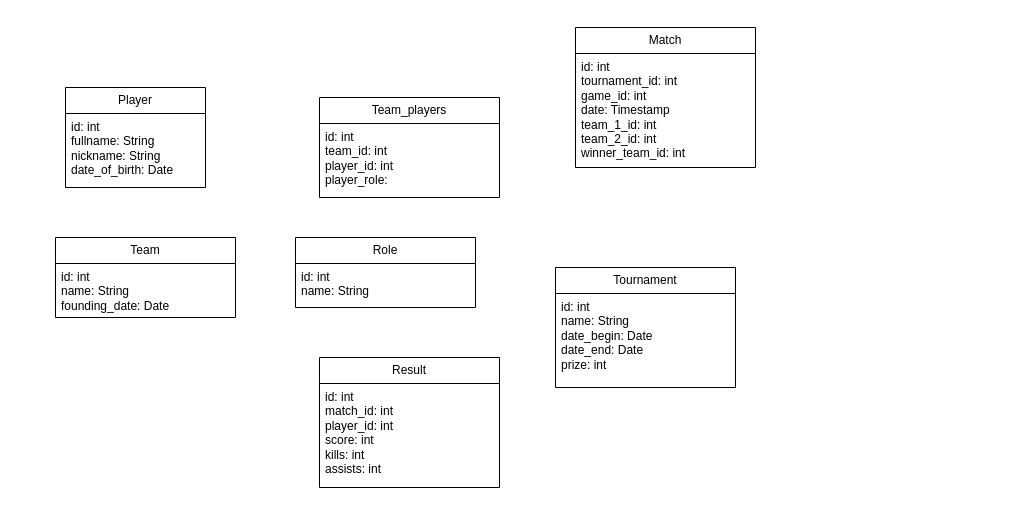
Above: вороньи лапки киберспорт.drawio in Deviky/FOREVASIAOD (draw.io), before the change. Source tidied: cells renumbered, new cells numbered last; positions are measured from the earlier drawing's top-left corner, leaving out a move shared by most shapes. Both pictures are drawn from the tidied source at 100%, with x=0, y=0 at pixel (55, 27).
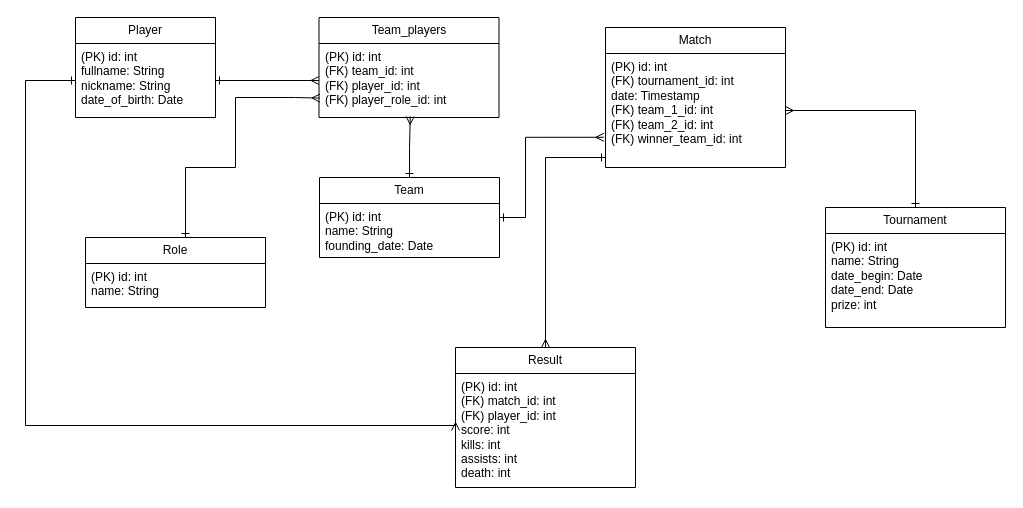
The same page after the edit.

Change to the diagram source:
```diff
@@
     <mxCell id="2" value="Player" style="swimlane;fontStyle=0;horizontal=1;startSize=26;fillColor=none;whiteSpace=wrap;html=1;rounded=0;" parent="1" vertex="1">
-      <mxGeometry x="10" y="60" width="140" height="100" as="geometry" />
+      <mxGeometry x="20" y="-10" width="140" height="100" as="geometry" />
     </mxCell>
-    <mxCell id="3" value="id: int&lt;div&gt;fullname: String&lt;br&gt;nickname: String&lt;/div&gt;&lt;div&gt;date_of_birth: Date&lt;/div&gt;&lt;div&gt;&lt;br&gt;&lt;/div&gt;&lt;div&gt;&lt;br&gt;&lt;/div&gt;" style="text;strokeColor=none;fillColor=none;align=left;verticalAlign=top;spacingLeft=4;spacingRight=4;overflow=hidden;points=[[0,0.5],[1,0.5]];portConstraint=eastwest;whiteSpace=wrap;html=1;" parent="2" vertex="1">
+    <mxCell id="3" value="(PK) id: int&lt;div&gt;fullname: String&lt;br&gt;nickname: String&lt;/div&gt;&lt;div&gt;date_of_birth: Date&lt;/div&gt;&lt;div&gt;&lt;br&gt;&lt;/div&gt;&lt;div&gt;&lt;br&gt;&lt;/div&gt;" style="text;strokeColor=none;fillColor=none;align=left;verticalAlign=top;spacingLeft=4;spacingRight=4;overflow=hidden;points=[[0,0.5],[1,0.5]];portConstraint=eastwest;whiteSpace=wrap;html=1;" parent="2" vertex="1">
       <mxGeometry y="26" width="140" height="74" as="geometry" />
     </mxCell>
+    <mxCell id="16" style="edgeStyle=orthogonalEdgeStyle;rounded=0;jettySize=auto;html=1;entryX=0.507;entryY=0.986;entryDx=0;entryDy=0;entryPerimeter=0;startArrow=ERone;startFill=0;endArrow=ERmany;endFill=0;" parent="1" edge="1" source="4" target="7">
+      <mxGeometry relative="1" as="geometry" />
+    </mxCell>
     <mxCell id="4" value="Team" style="swimlane;fontStyle=0;horizontal=1;startSize=26;fillColor=none;whiteSpace=wrap;html=1;rounded=0;" parent="1" vertex="1">
-      <mxGeometry y="210" width="180" height="80" as="geometry" />
+      <mxGeometry x="264" y="150" width="180" height="80" as="geometry" />
     </mxCell>
-    <mxCell id="5" value="&lt;div&gt;&lt;div&gt;&lt;div&gt;id: int&lt;/div&gt;&lt;/div&gt;&lt;/div&gt;&lt;div&gt;name: String&lt;/div&gt;&lt;div&gt;founding_date: Date&lt;/div&gt;&lt;div&gt;&lt;br&gt;&lt;/div&gt;" style="text;strokeColor=none;fillColor=none;align=left;verticalAlign=top;spacingLeft=4;spacingRight=4;overflow=hidden;whiteSpace=wrap;html=1;" parent="4" vertex="1">
+    <mxCell id="5" value="&lt;div&gt;&lt;div&gt;&lt;span style=&quot;background-color: initial;&quot;&gt;(PK)&amp;nbsp;&lt;/span&gt;id: int&lt;/div&gt;&lt;/div&gt;&lt;div&gt;name: String&lt;/div&gt;&lt;div&gt;founding_date: Date&lt;/div&gt;&lt;div&gt;&lt;br&gt;&lt;/div&gt;" style="text;strokeColor=none;fillColor=none;align=left;verticalAlign=top;spacingLeft=4;spacingRight=4;overflow=hidden;whiteSpace=wrap;html=1;" parent="4" vertex="1">
       <mxGeometry y="26" width="180" height="54" as="geometry" />
     </mxCell>
     <mxCell id="6" value="Team_players" style="swimlane;fontStyle=0;horizontal=1;startSize=26;fillColor=none;whiteSpace=wrap;html=1;rounded=0;" parent="1" vertex="1">
-      <mxGeometry x="264" y="70" width="180" height="100" as="geometry" />
+      <mxGeometry x="263.5" y="-10" width="180" height="100" as="geometry" />
     </mxCell>
-    <mxCell id="7" value="&lt;div&gt;id: int&lt;/div&gt;&lt;div&gt;team_id: int&lt;/div&gt;&lt;div&gt;player_id: int&lt;/div&gt;&lt;div&gt;player_role:&amp;nbsp;&lt;/div&gt;" style="text;strokeColor=none;fillColor=none;align=left;verticalAlign=top;spacingLeft=4;spacingRight=4;overflow=hidden;points=[[0,0.5],[1,0.5]];portConstraint=eastwest;whiteSpace=wrap;html=1;" parent="6" vertex="1">
+    <mxCell id="7" value="&lt;div&gt;&lt;span style=&quot;background-color: initial;&quot;&gt;(PK)&amp;nbsp;&lt;/span&gt;id: int&lt;/div&gt;&lt;div&gt;(FK) team_id: int&lt;/div&gt;&lt;div&gt;&lt;span style=&quot;background-color: initial;&quot;&gt;(FK)&lt;/span&gt;&lt;span style=&quot;background-color: initial;&quot;&gt;&amp;nbsp;&lt;/span&gt;player_id: int&lt;/div&gt;&lt;div&gt;&lt;span style=&quot;background-color: initial;&quot;&gt;(FK)&lt;/span&gt;&lt;span style=&quot;background-color: initial;&quot;&gt;&amp;nbsp;&lt;/span&gt;player_role_id: int&amp;nbsp;&lt;/div&gt;" style="text;strokeColor=none;fillColor=none;align=left;verticalAlign=top;spacingLeft=4;spacingRight=4;overflow=hidden;points=[[0,0.5],[1,0.5]];portConstraint=eastwest;whiteSpace=wrap;html=1;" parent="6" vertex="1">
       <mxGeometry y="26" width="180" height="74" as="geometry" />
     </mxCell>
     <mxCell id="8" value="Match" style="swimlane;fontStyle=0;horizontal=1;startSize=26;fillColor=none;whiteSpace=wrap;html=1;rounded=0;" parent="1" vertex="1">
-      <mxGeometry x="520" width="180" height="140" as="geometry" />
+      <mxGeometry x="550" width="180" height="140" as="geometry" />
     </mxCell>
-    <mxCell id="9" value="id: int&lt;div&gt;tournament_id: int&lt;/div&gt;&lt;div&gt;game_id: int&lt;br&gt;date: Timestamp&lt;/div&gt;&lt;div&gt;team_1_id: int&lt;/div&gt;&lt;div&gt;team_2_id: int&lt;/div&gt;&lt;div&gt;winner_team_id: int&lt;/div&gt;" style="text;strokeColor=none;fillColor=none;align=left;verticalAlign=top;spacingLeft=4;spacingRight=4;overflow=hidden;points=[[0,0.5],[1,0.5]];portConstraint=eastwest;whiteSpace=wrap;html=1;rounded=0;" parent="8" vertex="1">
+    <mxCell id="9" value="(PK) id: int&lt;br&gt;&lt;div&gt;&lt;span style=&quot;background-color: initial;&quot;&gt;(FK)&lt;/span&gt;&lt;span style=&quot;background-color: initial;&quot;&gt;&amp;nbsp;&lt;/span&gt;tournament_id: int&lt;/div&gt;&lt;div&gt;date: Timestamp&lt;/div&gt;&lt;div&gt;&lt;span style=&quot;background-color: initial;&quot;&gt;(FK)&lt;/span&gt;&lt;span style=&quot;background-color: initial;&quot;&gt;&amp;nbsp;&lt;/span&gt;team_1_id: int&lt;/div&gt;&lt;div&gt;&lt;span style=&quot;background-color: initial;&quot;&gt;(FK)&lt;/span&gt;&lt;span style=&quot;background-color: initial;&quot;&gt;&amp;nbsp;&lt;/span&gt;team_2_id: int&lt;/div&gt;&lt;div&gt;&lt;span style=&quot;background-color: initial;&quot;&gt;(FK)&lt;/span&gt;&lt;span style=&quot;background-color: initial;&quot;&gt;&amp;nbsp;&lt;/span&gt;winner_team_id: int&lt;/div&gt;" style="text;strokeColor=none;fillColor=none;align=left;verticalAlign=top;spacingLeft=4;spacingRight=4;overflow=hidden;points=[[0,0.5],[1,0.5]];portConstraint=eastwest;whiteSpace=wrap;html=1;rounded=0;" parent="8" vertex="1">
       <mxGeometry y="26" width="180" height="114" as="geometry" />
     </mxCell>
     <mxCell id="10" value="Role" style="swimlane;fontStyle=0;horizontal=1;startSize=26;fillColor=none;whiteSpace=wrap;html=1;rounded=0;" parent="1" vertex="1">
-      <mxGeometry x="240" y="210" width="180" height="70" as="geometry" />
+      <mxGeometry x="30" y="210" width="180" height="70" as="geometry" />
     </mxCell>
-    <mxCell id="11" value="id: int&lt;div&gt;name: String&lt;/div&gt;" style="text;strokeColor=none;fillColor=none;align=left;verticalAlign=top;spacingLeft=4;spacingRight=4;overflow=hidden;whiteSpace=wrap;html=1;" parent="10" vertex="1">
+    <mxCell id="11" value="(PK) id: int&lt;div&gt;name: String&lt;/div&gt;" style="text;strokeColor=none;fillColor=none;align=left;verticalAlign=top;spacingLeft=4;spacingRight=4;overflow=hidden;whiteSpace=wrap;html=1;" parent="10" vertex="1">
       <mxGeometry y="26" width="180" height="44" as="geometry" />
     </mxCell>
+    <mxCell id="17" style="edgeStyle=orthogonalEdgeStyle;rounded=0;jettySize=auto;html=1;entryX=1;entryY=0.5;entryDx=0;entryDy=0;startArrow=ERone;startFill=0;endArrow=ERmany;endFill=0;" parent="1" edge="1" source="12" target="9">
+      <mxGeometry relative="1" as="geometry" />
+    </mxCell>
     <mxCell id="12" value="Tournament" style="swimlane;fontStyle=0;horizontal=1;startSize=26;fillColor=none;whiteSpace=wrap;html=1;rounded=0;" parent="1" vertex="1">
-      <mxGeometry x="500" y="240" width="180" height="120" as="geometry" />
+      <mxGeometry x="770" y="180" width="180" height="120" as="geometry" />
     </mxCell>
-    <mxCell id="13" value="id: int&lt;div&gt;name: String&lt;/div&gt;&lt;div&gt;date_begin: Date&lt;/div&gt;&lt;div&gt;date_end: Date&lt;/div&gt;&lt;div&gt;prize: int&lt;/div&gt;" style="text;strokeColor=none;fillColor=none;align=left;verticalAlign=top;spacingLeft=4;spacingRight=4;overflow=hidden;whiteSpace=wrap;html=1;rounded=0;" parent="12" vertex="1">
+    <mxCell id="13" value="(PK) id: int&lt;div&gt;name: String&lt;/div&gt;&lt;div&gt;date_begin: Date&lt;/div&gt;&lt;div&gt;date_end: Date&lt;/div&gt;&lt;div&gt;prize: int&lt;/div&gt;" style="text;strokeColor=none;fillColor=none;align=left;verticalAlign=top;spacingLeft=4;spacingRight=4;overflow=hidden;whiteSpace=wrap;html=1;rounded=0;" parent="12" vertex="1">
       <mxGeometry y="26" width="180" height="94" as="geometry" />
     </mxCell>
     <mxCell id="14" value="Result" style="swimlane;fontStyle=0;horizontal=1;startSize=26;fillColor=none;whiteSpace=wrap;html=1;rounded=0;" parent="1" vertex="1">
-      <mxGeometry x="264" y="330" width="180" height="130" as="geometry" />
+      <mxGeometry x="400" y="320" width="180" height="140" as="geometry" />
     </mxCell>
-    <mxCell id="15" value="id: int&lt;div&gt;match_id: int&lt;/div&gt;&lt;div&gt;player_id: int&lt;/div&gt;&lt;div&gt;score: int&lt;/div&gt;&lt;div&gt;kills: int&lt;/div&gt;&lt;div&gt;assists: int&lt;/div&gt;&lt;div&gt;&lt;br&gt;&lt;/div&gt;" style="text;strokeColor=none;fillColor=none;align=left;verticalAlign=top;spacingLeft=4;spacingRight=4;overflow=hidden;points=[[0,0.5],[1,0.5]];portConstraint=eastwest;whiteSpace=wrap;html=1;" parent="14" vertex="1">
-      <mxGeometry y="26" width="180" height="104" as="geometry" />
+    <mxCell id="15" value="(PK) id: int&lt;br&gt;&lt;div&gt;&lt;span style=&quot;background-color: initial;&quot;&gt;(FK)&lt;/span&gt;&lt;span style=&quot;background-color: initial;&quot;&gt;&amp;nbsp;&lt;/span&gt;match_id: int&lt;/div&gt;&lt;div&gt;&lt;span style=&quot;background-color: initial;&quot;&gt;(FK)&lt;/span&gt;&lt;span style=&quot;background-color: initial;&quot;&gt;&amp;nbsp;&lt;/span&gt;player_id: int&lt;/div&gt;&lt;div&gt;score: int&lt;/div&gt;&lt;div&gt;kills: int&lt;/div&gt;&lt;div&gt;assists: int&lt;/div&gt;&lt;div&gt;death: int&lt;/div&gt;" style="text;strokeColor=none;fillColor=none;align=left;verticalAlign=top;spacingLeft=4;spacingRight=4;overflow=hidden;points=[[0,0.5],[1,0.5]];portConstraint=eastwest;whiteSpace=wrap;html=1;" parent="14" vertex="1">
+      <mxGeometry y="26" width="180" height="114" as="geometry" />
     </mxCell>
+    <mxCell id="18" style="rounded=0;jettySize=auto;html=1;entryX=0;entryY=0.5;entryDx=0;entryDy=0;startArrow=ERone;startFill=0;endArrow=ERmany;endFill=0;" parent="1" edge="1" source="3" target="7">
+      <mxGeometry relative="1" as="geometry" />
+    </mxCell>
+    <mxCell id="19" style="edgeStyle=orthogonalEdgeStyle;rounded=0;jettySize=auto;html=1;entryX=-0.009;entryY=0.735;entryDx=0;entryDy=0;entryPerimeter=0;startArrow=ERone;startFill=0;endArrow=ERmany;endFill=0;" parent="1" edge="1" source="4" target="9">
+      <mxGeometry relative="1" as="geometry">
+        <Array as="points">
+          <mxPoint x="470" y="190" />
+          <mxPoint x="470" y="110" />
+        </Array>
+      </mxGeometry>
+    </mxCell>
+    <mxCell id="20" style="edgeStyle=orthogonalEdgeStyle;rounded=0;jettySize=auto;html=1;entryX=0.005;entryY=0.738;entryDx=0;entryDy=0;entryPerimeter=0;startArrow=ERone;startFill=0;endArrow=ERmany;endFill=0;" parent="1" edge="1" source="10" target="7">
+      <mxGeometry relative="1" as="geometry">
+        <Array as="points">
+          <mxPoint x="130" y="140" />
+          <mxPoint x="180" y="140" />
+          <mxPoint x="180" y="70" />
+          <mxPoint x="240" y="70" />
+        </Array>
+      </mxGeometry>
+    </mxCell>
+    <mxCell id="21" style="edgeStyle=orthogonalEdgeStyle;rounded=0;jettySize=auto;html=1;entryX=0.5;entryY=0;entryDx=0;entryDy=0;startArrow=ERone;startFill=0;endArrow=ERmany;endFill=0;" parent="1" edge="1" source="9" target="14">
+      <mxGeometry relative="1" as="geometry">
+        <Array as="points">
+          <mxPoint x="490" y="130" />
+        </Array>
+      </mxGeometry>
+    </mxCell>
+    <mxCell id="22" style="edgeStyle=orthogonalEdgeStyle;rounded=0;jettySize=auto;html=1;entryX=0;entryY=0.5;entryDx=0;entryDy=0;startArrow=ERone;startFill=0;endArrow=ERmany;endFill=0;" parent="1" edge="1" source="3" target="15">
+      <mxGeometry relative="1" as="geometry">
+        <Array as="points">
+          <mxPoint x="-30" y="53" />
+          <mxPoint x="-30" y="398" />
+        </Array>
+      </mxGeometry>
+    </mxCell>
```
